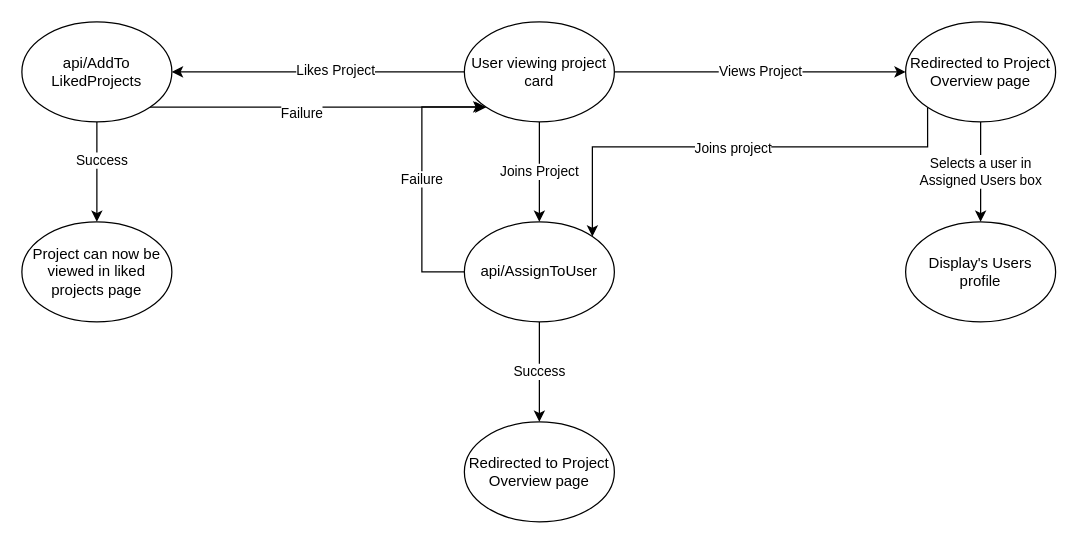
Above: DataFlowProjectCreation.drawio in SamDosado/Draw.ioDrawings (draw.io), before the change. Source tidied: cells renumbered, new cells numbered last; positions are measured from the earlier drawing's top-left corner, leaving out a move shared by most shapes. Both pictures are drawn from the tidied source at 125%, with x=0, y=0 at pixel (21, 21).
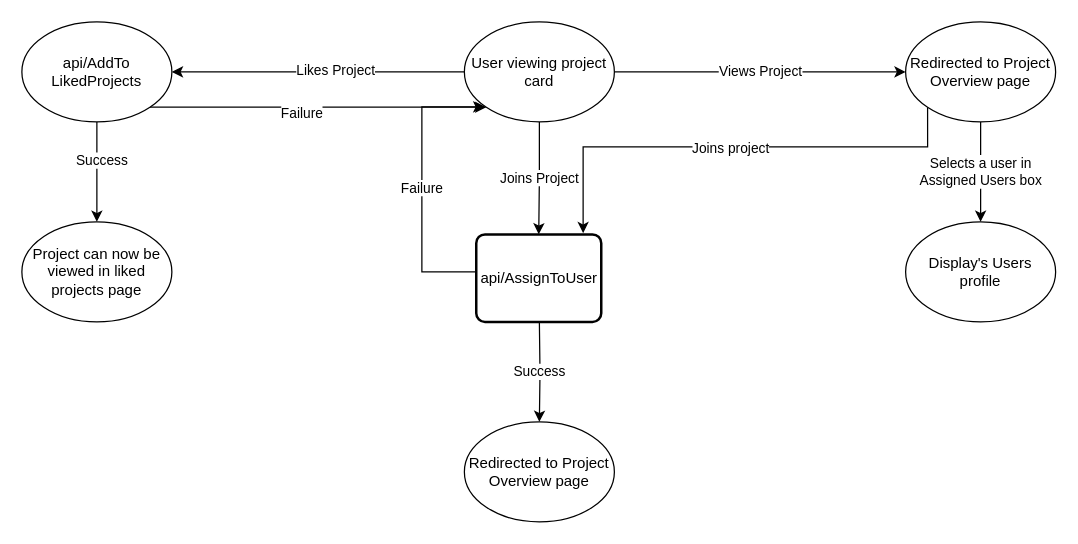
The same page after the edit.

Unchanged cells that the change refers to:
```xml
<mxCell id="6" value="User viewing project card" style="ellipse;whiteSpace=wrap;html=1;" parent="1" vertex="1">
  <mxGeometry x="354" width="120" height="80" as="geometry" />
</mxCell>
<mxCell id="10" value="Redirected to Project Overview page" style="ellipse;whiteSpace=wrap;html=1;" parent="1" vertex="1">
  <mxGeometry x="707" width="120" height="80" as="geometry" />
</mxCell>
<mxCell id="19" value="Redirected to Project Overview page" style="ellipse;whiteSpace=wrap;html=1;" parent="1" vertex="1">
  <mxGeometry x="354" y="320" width="120" height="80" as="geometry" />
</mxCell>
```

Change to the diagram source:
```diff
@@
-    <mxCell id="5" value="Joins Project" style="edgeStyle=orthogonalEdgeStyle;rounded=0;jettySize=auto;html=1;" parent="1" edge="1" source="6" target="18">
+    <mxCell id="5" value="Joins Project" style="edgeStyle=orthogonalEdgeStyle;rounded=0;jettySize=auto;html=1;entryX=0.5;entryY=0;entryDx=0;entryDy=0;" parent="1" edge="1" source="6" target="18">
       <mxGeometry relative="1" as="geometry" />
     </mxCell>
@@
-    <mxCell id="7" style="edgeStyle=orthogonalEdgeStyle;rounded=0;jettySize=auto;html=1;exitX=0;exitY=1;exitDx=0;exitDy=0;entryX=1;entryY=0;entryDx=0;entryDy=0;" parent="1" edge="1" source="10" target="18">
+    <mxCell id="7" style="edgeStyle=orthogonalEdgeStyle;rounded=0;jettySize=auto;html=1;exitX=0;exitY=1;exitDx=0;exitDy=0;entryX=0.855;entryY=-0.014;entryDx=0;entryDy=0;entryPerimeter=0;" parent="1" edge="1" source="10" target="18">
       <mxGeometry relative="1" as="geometry">
         <Array as="points">
           <mxPoint x="725" y="100" />
-          <mxPoint x="456" y="100" />
+          <mxPoint x="449" y="100" />
         </Array>
       </mxGeometry>
     </mxCell>
@@
-    <mxCell id="16" value="Success" style="edgeStyle=orthogonalEdgeStyle;rounded=0;jettySize=auto;html=1;" parent="1" edge="1" source="18" target="19">
-      <mxGeometry relative="1" as="geometry" />
+    <mxCell id="16" value="Success" style="edgeStyle=orthogonalEdgeStyle;rounded=0;jettySize=auto;html=1;" parent="1" edge="1" target="19">
+      <mxGeometry relative="1" as="geometry">
+        <mxPoint x="414" y="240" as="sourcePoint" />
+      </mxGeometry>
     </mxCell>
-    <mxCell id="17" value="&lt;div&gt;Failure&lt;/div&gt;" style="edgeStyle=orthogonalEdgeStyle;rounded=0;jettySize=auto;html=1;" parent="1" edge="1" source="18">
+    <mxCell id="17" value="&lt;div&gt;Failure&lt;/div&gt;" style="edgeStyle=orthogonalEdgeStyle;rounded=0;jettySize=auto;html=1;exitX=0.015;exitY=0.371;exitDx=0;exitDy=0;exitPerimeter=0;" parent="1" edge="1" source="18">
       <mxGeometry relative="1" as="geometry">
         <mxPoint x="370" y="68" as="targetPoint" />
         <Array as="points">
+          <mxPoint x="365" y="200" />
           <mxPoint x="320" y="200" />
           <mxPoint x="320" y="68" />
         </Array>
       </mxGeometry>
     </mxCell>
-    <mxCell id="18" value="api/AssignToUser" style="ellipse;whiteSpace=wrap;html=1;" parent="1" vertex="1">
-      <mxGeometry x="354" y="160" width="120" height="80" as="geometry" />
-    </mxCell>
@@
+    <mxCell id="18" value="api/AssignToUser" style="rounded=1;whiteSpace=wrap;html=1;absoluteArcSize=1;arcSize=14;strokeWidth=2;" parent="1" vertex="1">
+      <mxGeometry x="363.5" y="170" width="100" height="70" as="geometry" />
+    </mxCell>
```
